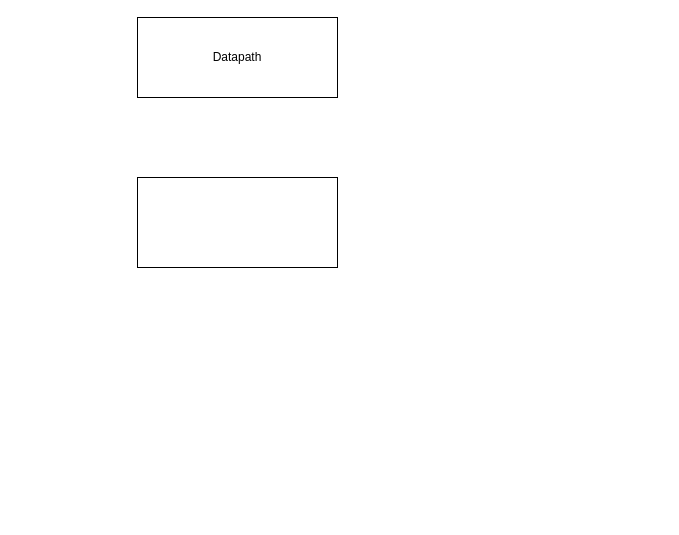
Above: page "Page-2" (2 of 4) of multi.drawio in dsrasheed/ece437 (draw.io), before the change. Source tidied: cells renumbered, new cells numbered last; positions are measured from the earlier drawing's top-left corner, leaving out a move shared by most shapes. Both pictures are drawn from the tidied source at 100%, with x=0, y=0 at pixel (137, 17).
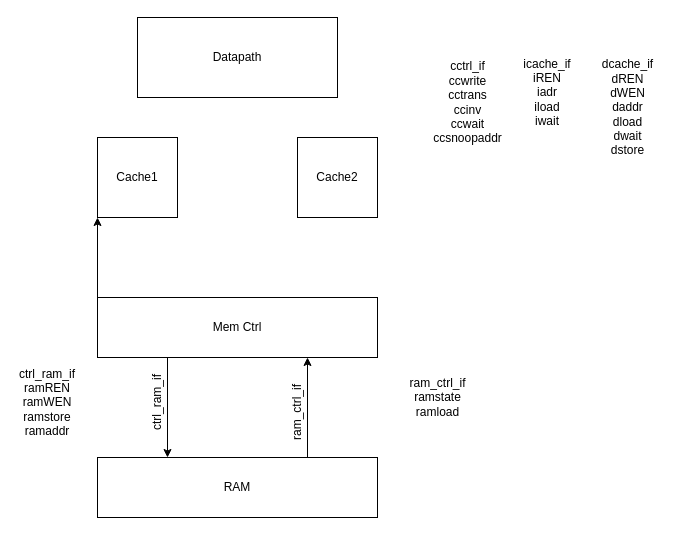
Above is the later version.

Change to the diagram source:
```diff
@@
 <mxGraphModel>
   <root>
     <mxCell id="0" />
     <mxCell id="1" parent="0" />
     <mxCell id="2" value="Datapath" style="rounded=0;whiteSpace=wrap;html=1;" parent="1" vertex="1">
       <mxGeometry width="200" height="80" as="geometry" />
     </mxCell>
-    <mxCell id="3" style="rounded=0;whiteSpace=wrap;html=1;" parent="1" vertex="1">
-      <mxGeometry y="160" width="200" height="90" as="geometry" />
+    <mxCell id="3" value="Cache1" style="rounded=0;whiteSpace=wrap;html=1;" parent="1" vertex="1">
+      <mxGeometry x="-40" y="120" width="80" height="80" as="geometry" />
     </mxCell>
+    <mxCell id="4" value="Cache2" style="rounded=0;whiteSpace=wrap;html=1;" parent="1" vertex="1">
+      <mxGeometry x="160" y="120" width="80" height="80" as="geometry" />
+    </mxCell>
+    <mxCell id="5" style="edgeStyle=orthogonalEdgeStyle;rounded=0;jettySize=auto;html=1;exitX=0.25;exitY=1;exitDx=0;exitDy=0;entryX=0.25;entryY=0;entryDx=0;entryDy=0;" parent="1" edge="1" source="8" target="9">
+      <mxGeometry relative="1" as="geometry" />
+    </mxCell>
+    <mxCell id="6" style="edgeStyle=orthogonalEdgeStyle;rounded=0;jettySize=auto;html=1;exitX=0.75;exitY=0;exitDx=0;exitDy=0;entryX=0.75;entryY=1;entryDx=0;entryDy=0;" parent="1" edge="1" source="9" target="8">
+      <mxGeometry relative="1" as="geometry" />
+    </mxCell>
+    <mxCell id="7" style="edgeStyle=orthogonalEdgeStyle;rounded=0;jettySize=auto;html=1;exitX=0;exitY=0;exitDx=0;exitDy=0;entryX=0;entryY=1;entryDx=0;entryDy=0;" parent="1" edge="1" source="8" target="3">
+      <mxGeometry relative="1" as="geometry" />
+    </mxCell>
+    <mxCell id="8" value="Mem Ctrl" style="rounded=0;whiteSpace=wrap;html=1;" parent="1" vertex="1">
+      <mxGeometry x="-40" y="280" width="280" height="60" as="geometry" />
+    </mxCell>
+    <mxCell id="9" value="RAM" style="rounded=0;whiteSpace=wrap;html=1;" parent="1" vertex="1">
+      <mxGeometry x="-40" y="440" width="280" height="60" as="geometry" />
+    </mxCell>
+    <mxCell id="10" value="ctrl_ram_if" style="text;html=1;strokeColor=none;fillColor=none;align=center;verticalAlign=middle;whiteSpace=wrap;rounded=0;rotation=-90;" parent="1" vertex="1">
+      <mxGeometry x="-10" y="370" width="60" height="30" as="geometry" />
+    </mxCell>
+    <mxCell id="11" value="ram_ctrl_if" style="text;html=1;strokeColor=none;fillColor=none;align=center;verticalAlign=middle;whiteSpace=wrap;rounded=0;rotation=-90;" parent="1" vertex="1">
+      <mxGeometry x="130" y="380" width="60" height="30" as="geometry" />
+    </mxCell>
+    <mxCell id="12" value="ctrl_ram_if&lt;br&gt;ramREN&lt;br&gt;ramWEN&lt;br&gt;ramstore&lt;br&gt;ramaddr" style="text;html=1;strokeColor=none;fillColor=none;align=center;verticalAlign=middle;whiteSpace=wrap;rounded=0;" parent="1" vertex="1">
+      <mxGeometry x="-120" y="370" width="60" height="30" as="geometry" />
+    </mxCell>
+    <mxCell id="13" value="ram_ctrl_if&lt;br&gt;ramstate&lt;br&gt;ramload" style="text;html=1;align=center;verticalAlign=middle;strokeColor=none;fillColor=none;" parent="1" vertex="1">
+      <mxGeometry x="265" y="355" width="70" height="50" as="geometry" />
+    </mxCell>
+    <mxCell id="14" value="icache_if&lt;br&gt;iREN&lt;br&gt;iadr&lt;br&gt;iload&lt;br&gt;iwait" style="text;html=1;strokeColor=none;fillColor=none;align=center;verticalAlign=middle;whiteSpace=wrap;rounded=0;" parent="1" vertex="1">
+      <mxGeometry x="380" y="60" width="60" height="30" as="geometry" />
+    </mxCell>
+    <mxCell id="15" value="dcache_if&lt;br&gt;dREN&lt;br&gt;dWEN&lt;br&gt;daddr&lt;br&gt;dload&lt;br&gt;dwait&lt;br&gt;dstore" style="text;html=1;align=center;verticalAlign=middle;strokeColor=none;fillColor=none;" parent="1" vertex="1">
+      <mxGeometry x="455" y="40" width="70" height="100" as="geometry" />
+    </mxCell>
+    <mxCell id="16" value="cctrl_if&lt;br&gt;ccwrite&lt;br&gt;cctrans&lt;br&gt;ccinv&lt;br&gt;ccwait&lt;br&gt;ccsnoopaddr" style="text;html=1;align=center;verticalAlign=middle;strokeColor=none;fillColor=none;" parent="1" vertex="1">
+      <mxGeometry x="290" y="40" width="80" height="90" as="geometry" />
+    </mxCell>
   </root>
 </mxGraphModel>
```
